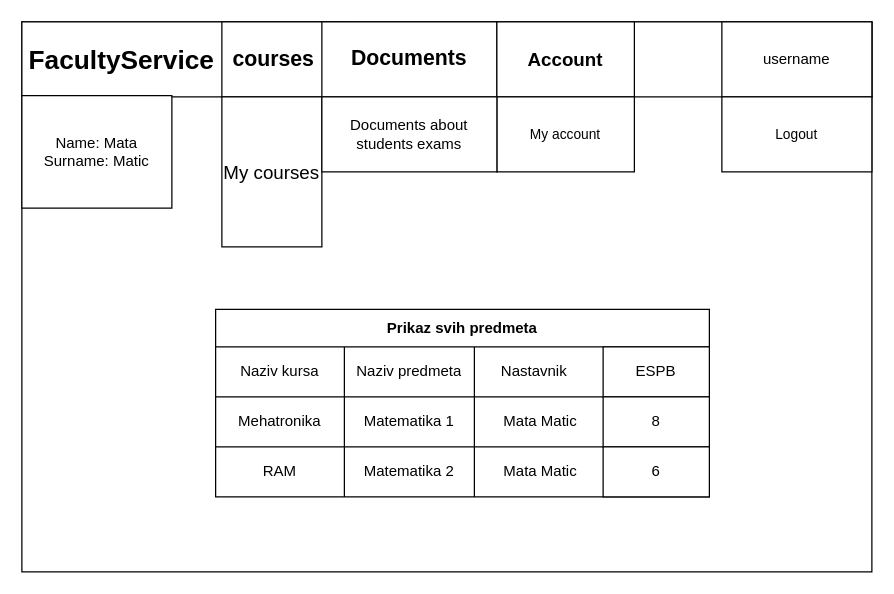
Before: EObrazivanjeProjekat/Wireframes/PocetnaKodTeachera.drawio in milankrunic/EObrazovanjeProjekat2021, a draw.io diagram. Source tidied: cells renumbered, new cells numbered last; positions are measured from the earlier drawing's top-left corner, leaving out a move shared by most shapes. Both pictures are drawn from the tidied source at 125%, with x=0, y=0 at pixel (21, 21).
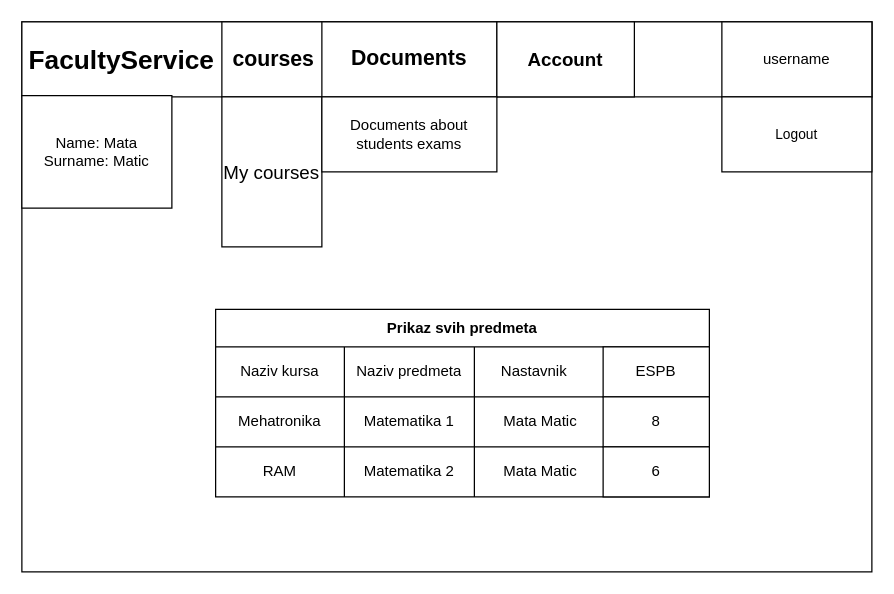
After the change.

Diff of the diagram source:
```diff
@@
-    <mxCell id="11" value="My account" style="rounded=0;whiteSpace=wrap;html=1;fontSize=11;" parent="1" vertex="1">
-      <mxGeometry x="380" y="60" width="110" height="60" as="geometry" />
-    </mxCell>
```
